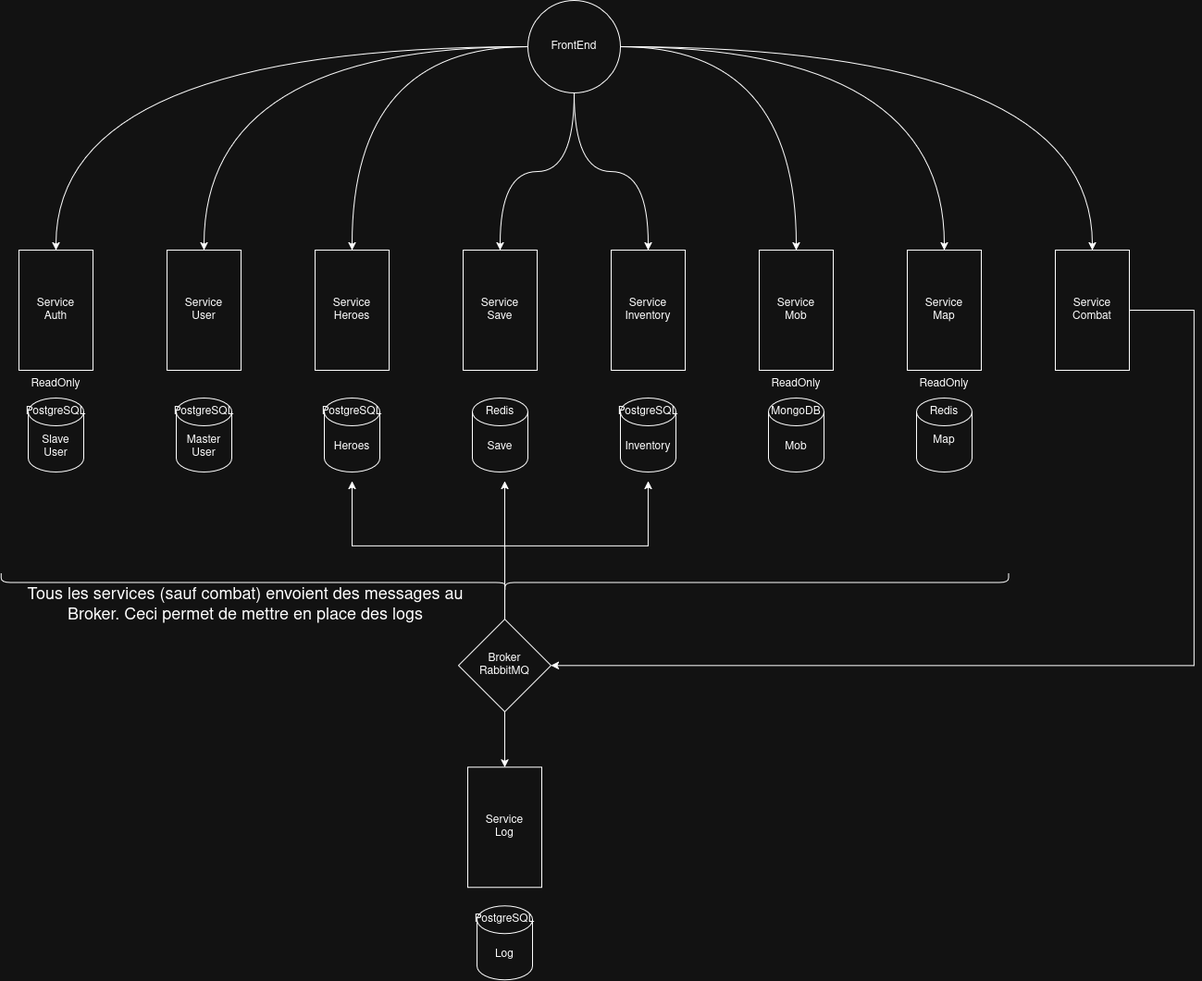
This is images/MicroService.drawio.png from ChronicleOfTheSacredSword/documentation, a draw.io export, as it was before one commit. Source tidied: cells renumbered, new cells last; positions are measured from the earlier drawing's top-left corner, leaving out a move shared by most shapes.
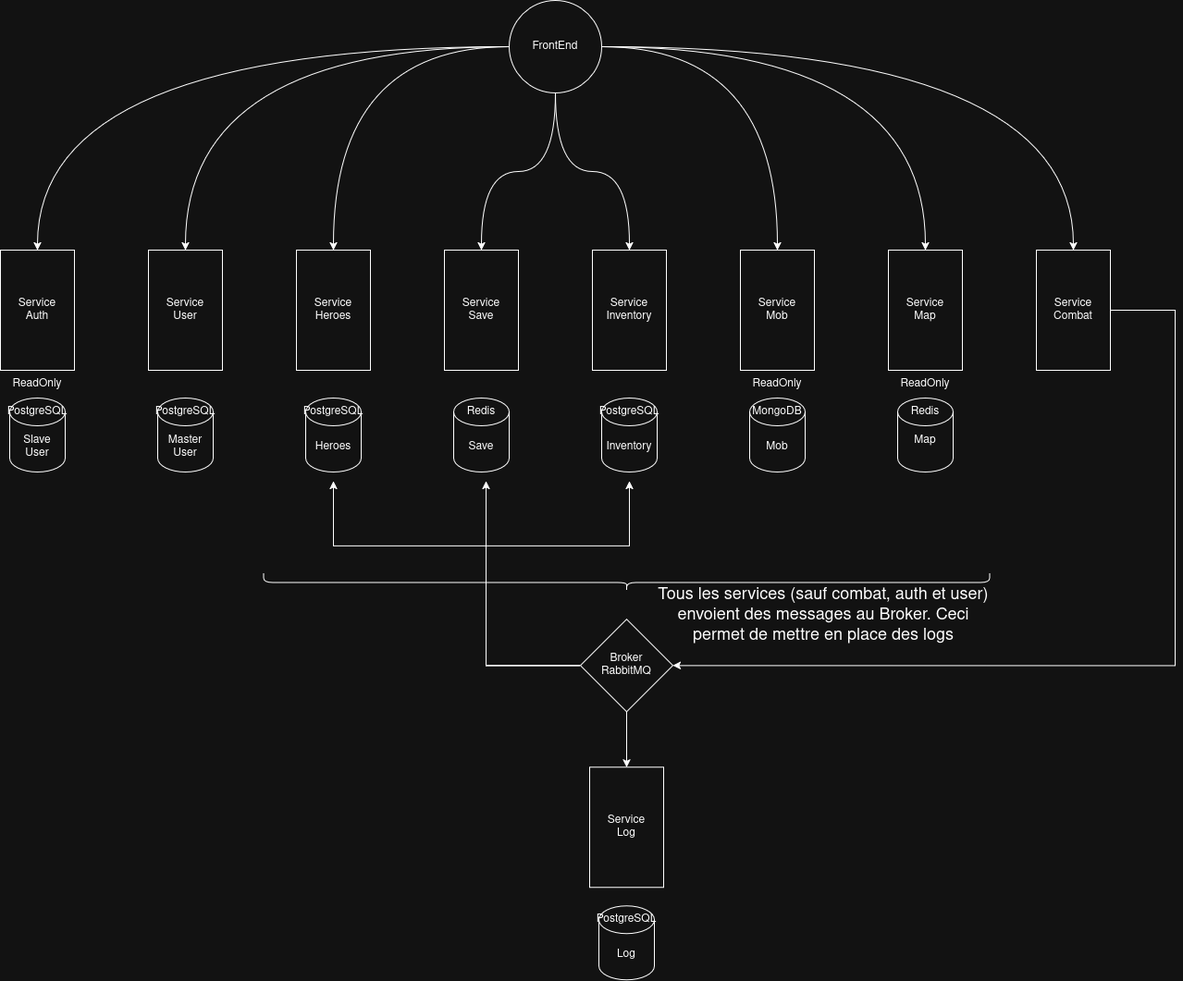
The same file after the commit.

Change to the diagram source:
```diff
@@ -113,16 +113,16 @@
       <mxGeometry x="1140" y="270" width="80" height="130" as="geometry" />
     </mxCell>
     <mxCell id="37" value="&lt;div&gt;Service&lt;/div&gt;&lt;div&gt;Log&lt;/div&gt;" style="rounded=0;whiteSpace=wrap;html=1;" parent="1" vertex="1">
-      <mxGeometry x="505" y="829.4" width="80" height="130" as="geometry" />
+      <mxGeometry x="656.9" y="829.4" width="80" height="130" as="geometry" />
     </mxCell>
     <mxCell id="38" value="Log" style="shape=cylinder3;whiteSpace=wrap;html=1;boundedLbl=1;backgroundOutline=1;size=15;" parent="1" vertex="1">
-      <mxGeometry x="515" y="979.4" width="60" height="80" as="geometry" />
+      <mxGeometry x="666.9" y="979.4" width="60" height="80" as="geometry" />
     </mxCell>
     <mxCell id="39" value="PostgreSQL" style="text;html=1;whiteSpace=wrap;strokeColor=none;fillColor=none;align=center;verticalAlign=middle;rounded=0;" parent="1" vertex="1">
-      <mxGeometry x="515" y="979.4" width="60" height="30" as="geometry" />
+      <mxGeometry x="666.9" y="979.4" width="60" height="30" as="geometry" />
     </mxCell>
     <mxCell id="40" style="shape=curlyBracket;whiteSpace=wrap;html=1;rounded=1;flipH=1;labelPosition=right;verticalLabelPosition=middle;align=left;verticalAlign=middle;legacyAnchorPoints=0;rotation=90;" parent="1" vertex="1">
-      <mxGeometry x="535" y="85" width="20" height="1088.8" as="geometry" />
+      <mxGeometry x="686.9" y="236.9" width="20" height="785" as="geometry" />
     </mxCell>
     <mxCell id="41" style="edgeStyle=orthogonalEdgeStyle;curved=1;rounded=0;jettySize=auto;html=1;entryX=0.5;entryY=0;entryDx=0;entryDy=0;" parent="1" edge="1" source="45" target="37">
       <mxGeometry relative="1" as="geometry" />
@@ -151,10 +151,10 @@
       </mxGeometry>
     </mxCell>
     <mxCell id="45" value="&lt;div&gt;Broker&lt;/div&gt;&lt;div&gt;RabbitMQ&lt;/div&gt;" style="rhombus;whiteSpace=wrap;html=1;" parent="1" vertex="1">
-      <mxGeometry x="495" y="669.4" width="100" height="100" as="geometry" />
+      <mxGeometry x="646.9" y="669.4" width="100" height="100" as="geometry" />
     </mxCell>
-    <mxCell id="46" value="&lt;font style=&quot;font-size: 18px;&quot;&gt;Tous les services (sauf combat) envoient des messages au Broker. Ceci permet de mettre en place des logs&lt;/font&gt;" style="text;html=1;whiteSpace=wrap;strokeColor=none;fillColor=none;align=center;verticalAlign=middle;rounded=0;" parent="1" vertex="1">
-      <mxGeometry y="639.4" width="530" height="30" as="geometry" />
+    <mxCell id="46" value="&lt;font style=&quot;font-size: 18px;&quot;&gt;Tous les services (sauf combat, auth et user) envoient des messages au Broker. Ceci permet de mettre en place des logs&lt;/font&gt;" style="text;html=1;whiteSpace=wrap;strokeColor=none;fillColor=none;align=center;verticalAlign=middle;rounded=0;" parent="1" vertex="1">
+      <mxGeometry x="730" y="650" width="360" height="30" as="geometry" />
     </mxCell>
   </root>
 </mxGraphModel>
```
